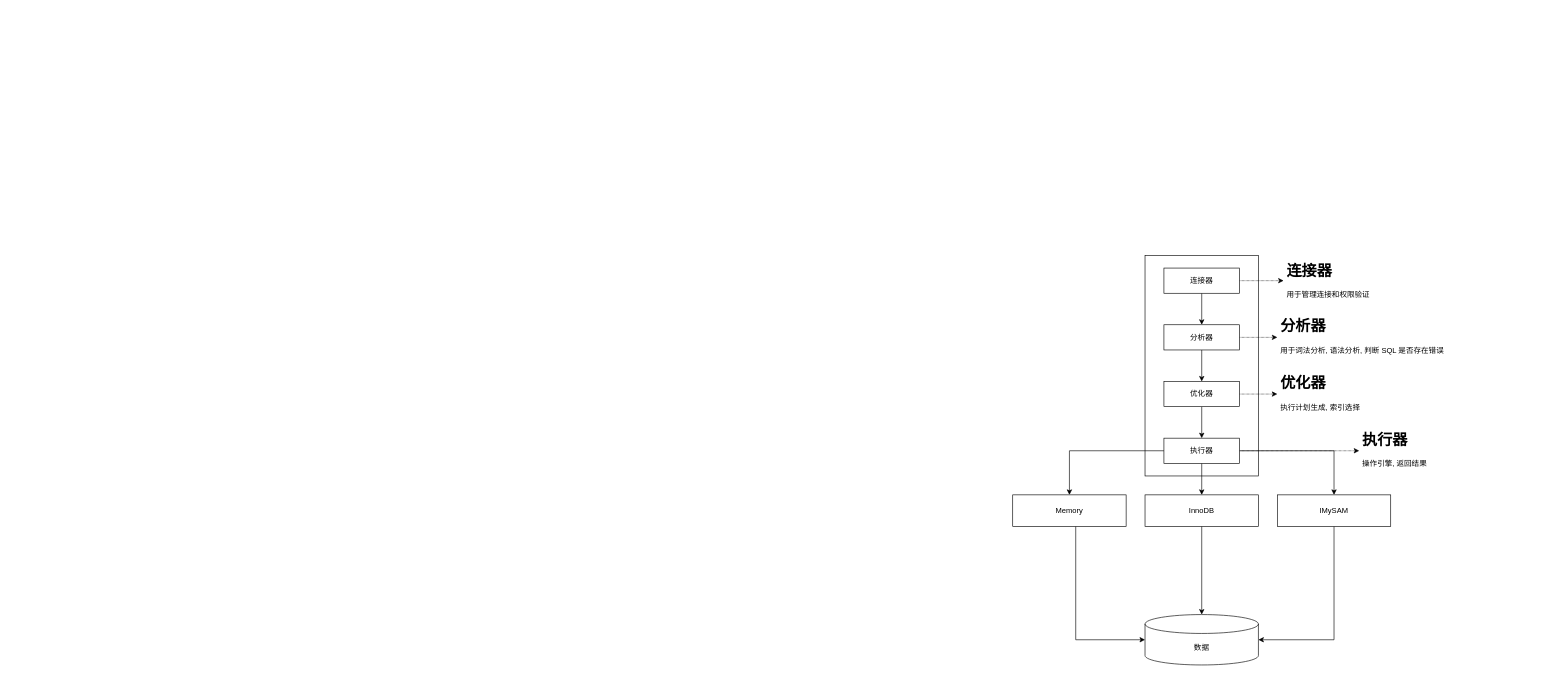
Earlier version of the draw.io diagram mysql/innodb/未命名绘图.drawio (LJiangTao/drawio). Source tidied: cells renumbered, new cells numbered last; positions are measured from the earlier drawing's top-left corner, leaving out a move shared by most shapes. Both pictures are drawn from the tidied source at 63%, with x=0, y=0 at pixel (1012, 255).
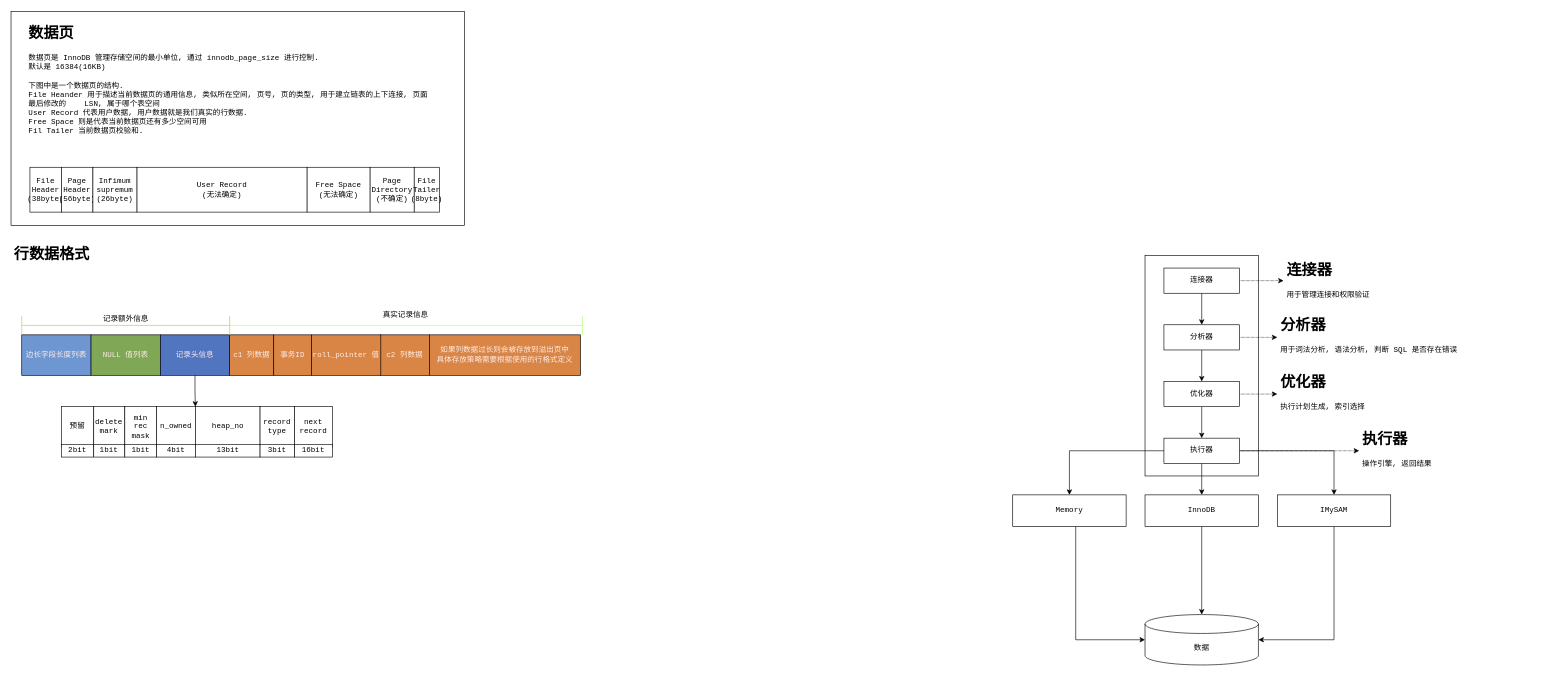
After the change.

Commit message:
增加数据页和行格式

Change to the diagram source:
```diff
@@
-    <mxCell id="2" style="rounded=0;whiteSpace=wrap;html=1;" parent="1" vertex="1">
+    <mxCell id="2" style="rounded=0;whiteSpace=wrap;html=1;fontFamily=Courier New;labelBackgroundColor=none;" parent="1" vertex="1">
       <mxGeometry x="210" width="180" height="350" as="geometry" />
     </mxCell>
-    <mxCell id="3" style="edgeStyle=orthogonalEdgeStyle;rounded=0;jettySize=auto;html=1;entryX=0.5;entryY=0;entryDx=0;entryDy=0;" parent="1" edge="1" source="5" target="8">
+    <mxCell id="3" style="edgeStyle=orthogonalEdgeStyle;rounded=0;jettySize=auto;html=1;entryX=0.5;entryY=0;entryDx=0;entryDy=0;fontFamily=Courier New;labelBackgroundColor=none;" parent="1" edge="1" source="5" target="8">
       <mxGeometry relative="1" as="geometry" />
     </mxCell>
-    <mxCell id="4" style="edgeStyle=orthogonalEdgeStyle;rounded=0;jettySize=auto;html=1;dashed=1;dashPattern=1 1;" parent="1" edge="1" source="5" target="20">
+    <mxCell id="4" style="edgeStyle=orthogonalEdgeStyle;rounded=0;jettySize=auto;html=1;dashed=1;dashPattern=1 1;fontFamily=Courier New;labelBackgroundColor=none;" parent="1" edge="1" source="5" target="20">
       <mxGeometry relative="1" as="geometry" />
     </mxCell>
-    <mxCell id="5" value="连接器" style="rounded=0;whiteSpace=wrap;html=1;" parent="1" vertex="1">
+    <mxCell id="5" value="连接器" style="rounded=0;whiteSpace=wrap;html=1;fontFamily=Courier New;labelBackgroundColor=none;" parent="1" vertex="1">
       <mxGeometry x="240" y="20" width="120" height="40" as="geometry" />
     </mxCell>
-    <mxCell id="6" style="edgeStyle=orthogonalEdgeStyle;rounded=0;jettySize=auto;html=1;entryX=0.5;entryY=0;entryDx=0;entryDy=0;" parent="1" edge="1" source="8" target="11">
+    <mxCell id="6" style="edgeStyle=orthogonalEdgeStyle;rounded=0;jettySize=auto;html=1;entryX=0.5;entryY=0;entryDx=0;entryDy=0;fontFamily=Courier New;labelBackgroundColor=none;" parent="1" edge="1" source="8" target="11">
       <mxGeometry relative="1" as="geometry" />
     </mxCell>
-    <mxCell id="7" style="edgeStyle=orthogonalEdgeStyle;rounded=0;jettySize=auto;html=1;dashed=1;dashPattern=1 1;" parent="1" edge="1" source="8" target="21">
+    <mxCell id="7" style="edgeStyle=orthogonalEdgeStyle;rounded=0;jettySize=auto;html=1;dashed=1;dashPattern=1 1;fontFamily=Courier New;labelBackgroundColor=none;" parent="1" edge="1" source="8" target="21">
       <mxGeometry relative="1" as="geometry" />
     </mxCell>
-    <mxCell id="8" value="分析器" style="rounded=0;whiteSpace=wrap;html=1;" parent="1" vertex="1">
+    <mxCell id="8" value="分析器" style="rounded=0;whiteSpace=wrap;html=1;fontFamily=Courier New;labelBackgroundColor=none;" parent="1" vertex="1">
       <mxGeometry x="240" y="110" width="120" height="40" as="geometry" />
     </mxCell>
-    <mxCell id="9" style="edgeStyle=orthogonalEdgeStyle;rounded=0;jettySize=auto;html=1;" parent="1" edge="1" source="11" target="16">
+    <mxCell id="9" style="edgeStyle=orthogonalEdgeStyle;rounded=0;jettySize=auto;html=1;fontFamily=Courier New;labelBackgroundColor=none;" parent="1" edge="1" source="11" target="16">
       <mxGeometry relative="1" as="geometry" />
     </mxCell>
-    <mxCell id="10" style="edgeStyle=orthogonalEdgeStyle;rounded=0;jettySize=auto;html=1;dashed=1;dashPattern=1 1;" parent="1" edge="1" source="11" target="22">
+    <mxCell id="10" style="edgeStyle=orthogonalEdgeStyle;rounded=0;jettySize=auto;html=1;dashed=1;dashPattern=1 1;fontFamily=Courier New;labelBackgroundColor=none;" parent="1" edge="1" source="11" target="22">
       <mxGeometry relative="1" as="geometry" />
     </mxCell>
-    <mxCell id="11" value="优化器" style="rounded=0;whiteSpace=wrap;html=1;" parent="1" vertex="1">
+    <mxCell id="11" value="优化器" style="rounded=0;whiteSpace=wrap;html=1;fontFamily=Courier New;labelBackgroundColor=none;" parent="1" vertex="1">
       <mxGeometry x="240" y="200" width="120" height="40" as="geometry" />
     </mxCell>
-    <mxCell id="12" style="edgeStyle=orthogonalEdgeStyle;rounded=0;jettySize=auto;html=1;entryX=0.5;entryY=0;entryDx=0;entryDy=0;" parent="1" edge="1" source="16" target="19">
+    <mxCell id="12" style="edgeStyle=orthogonalEdgeStyle;rounded=0;jettySize=auto;html=1;entryX=0.5;entryY=0;entryDx=0;entryDy=0;fontFamily=Courier New;labelBackgroundColor=none;" parent="1" edge="1" source="16" target="19">
       <mxGeometry relative="1" as="geometry" />
     </mxCell>
-    <mxCell id="13" style="edgeStyle=orthogonalEdgeStyle;rounded=0;jettySize=auto;html=1;" parent="1" edge="1" source="16" target="25">
+    <mxCell id="13" style="edgeStyle=orthogonalEdgeStyle;rounded=0;jettySize=auto;html=1;fontFamily=Courier New;labelBackgroundColor=none;" parent="1" edge="1" source="16" target="25">
       <mxGeometry relative="1" as="geometry" />
     </mxCell>
-    <mxCell id="14" style="edgeStyle=orthogonalEdgeStyle;rounded=0;jettySize=auto;html=1;dashed=1;dashPattern=1 1;" parent="1" edge="1" source="16" target="23">
+    <mxCell id="14" style="edgeStyle=orthogonalEdgeStyle;rounded=0;jettySize=auto;html=1;dashed=1;dashPattern=1 1;fontFamily=Courier New;labelBackgroundColor=none;" parent="1" edge="1" source="16" target="23">
       <mxGeometry relative="1" as="geometry" />
     </mxCell>
-    <mxCell id="15" style="edgeStyle=orthogonalEdgeStyle;rounded=0;jettySize=auto;html=1;entryX=0.5;entryY=0;entryDx=0;entryDy=0;" parent="1" edge="1" source="16" target="27">
+    <mxCell id="15" style="edgeStyle=orthogonalEdgeStyle;rounded=0;jettySize=auto;html=1;entryX=0.5;entryY=0;entryDx=0;entryDy=0;fontFamily=Courier New;labelBackgroundColor=none;" parent="1" edge="1" source="16" target="27">
       <mxGeometry relative="1" as="geometry" />
     </mxCell>
-    <mxCell id="16" value="执行器" style="rounded=0;whiteSpace=wrap;html=1;" parent="1" vertex="1">
+    <mxCell id="16" value="执行器" style="rounded=0;whiteSpace=wrap;html=1;fontFamily=Courier New;labelBackgroundColor=none;" parent="1" vertex="1">
       <mxGeometry x="240" y="290" width="120" height="40" as="geometry" />
     </mxCell>
-    <mxCell id="17" value="数据" style="shape=cylinder3;whiteSpace=wrap;html=1;boundedLbl=1;backgroundOutline=1;size=15;" parent="1" vertex="1">
+    <mxCell id="17" value="数据" style="shape=cylinder3;whiteSpace=wrap;html=1;boundedLbl=1;backgroundOutline=1;size=15;fontFamily=Courier New;labelBackgroundColor=none;" parent="1" vertex="1">
       <mxGeometry x="210" y="570" width="180" height="80" as="geometry" />
     </mxCell>
-    <mxCell id="18" style="edgeStyle=orthogonalEdgeStyle;rounded=0;jettySize=auto;html=1;" parent="1" edge="1" source="19" target="17">
+    <mxCell id="18" style="edgeStyle=orthogonalEdgeStyle;rounded=0;jettySize=auto;html=1;fontFamily=Courier New;labelBackgroundColor=none;" parent="1" edge="1" source="19" target="17">
       <mxGeometry relative="1" as="geometry" />
     </mxCell>
-    <mxCell id="19" value="InnoDB" style="rounded=0;whiteSpace=wrap;html=1;" parent="1" vertex="1">
+    <mxCell id="19" value="InnoDB" style="rounded=0;whiteSpace=wrap;html=1;fontFamily=Courier New;labelBackgroundColor=none;" parent="1" vertex="1">
       <mxGeometry x="210" y="380" width="180" height="50" as="geometry" />
     </mxCell>
-    <mxCell id="20" value="&lt;h1&gt;连接器&lt;/h1&gt;&lt;div&gt;&lt;span style=&quot;text-align: center;&quot;&gt;用于管理连接和权限验证&lt;/span&gt;&lt;br&gt;&lt;/div&gt;" style="text;html=1;strokeColor=none;fillColor=none;spacing=5;spacingTop=-20;whiteSpace=wrap;overflow=hidden;rounded=0;labelBackgroundColor=#FFFFFF;" parent="1" vertex="1">
+    <mxCell id="20" value="&lt;h1&gt;连接器&lt;/h1&gt;&lt;div&gt;&lt;span style=&quot;text-align: center;&quot;&gt;用于管理连接和权限验证&lt;/span&gt;&lt;br&gt;&lt;/div&gt;" style="text;html=1;strokeColor=none;fillColor=none;spacing=5;spacingTop=-20;whiteSpace=wrap;overflow=hidden;rounded=0;labelBackgroundColor=none;fontFamily=Courier New;" parent="1" vertex="1">
       <mxGeometry x="430" y="5" width="160" height="70" as="geometry" />
     </mxCell>
-    <mxCell id="21" value="&lt;h1&gt;分析器&lt;/h1&gt;&lt;div&gt;&lt;span style=&quot;text-align: center;&quot;&gt;用于词法分析, 语法分析, 判断 SQL 是否存在错误&lt;/span&gt;&lt;br&gt;&lt;/div&gt;" style="text;html=1;strokeColor=none;fillColor=none;spacing=5;spacingTop=-20;whiteSpace=wrap;overflow=hidden;rounded=0;labelBackgroundColor=#FFFFFF;" parent="1" vertex="1">
+    <mxCell id="21" value="&lt;h1&gt;分析器&lt;/h1&gt;&lt;div&gt;&lt;span style=&quot;text-align: center;&quot;&gt;用于词法分析, 语法分析, 判断 SQL 是否存在错误&lt;/span&gt;&lt;br&gt;&lt;/div&gt;" style="text;html=1;strokeColor=none;fillColor=none;spacing=5;spacingTop=-20;whiteSpace=wrap;overflow=hidden;rounded=0;labelBackgroundColor=none;fontFamily=Courier New;" parent="1" vertex="1">
       <mxGeometry x="420" y="92.5" width="290" height="75" as="geometry" />
     </mxCell>
-    <mxCell id="22" value="&lt;h1&gt;优化器&lt;/h1&gt;&lt;div style=&quot;text-align: center;&quot;&gt;执行计划生成, 索引选择&lt;/div&gt;" style="text;html=1;strokeColor=none;fillColor=none;spacing=5;spacingTop=-20;whiteSpace=wrap;overflow=hidden;rounded=0;labelBackgroundColor=#FFFFFF;" parent="1" vertex="1">
+    <mxCell id="22" value="&lt;h1&gt;优化器&lt;/h1&gt;&lt;div style=&quot;text-align: center;&quot;&gt;执行计划生成, 索引选择&lt;/div&gt;" style="text;html=1;strokeColor=none;fillColor=none;spacing=5;spacingTop=-20;whiteSpace=wrap;overflow=hidden;rounded=0;labelBackgroundColor=none;fontFamily=Courier New;" parent="1" vertex="1">
       <mxGeometry x="420" y="182.5" width="290" height="75" as="geometry" />
     </mxCell>
-    <mxCell id="23" value="&lt;h1&gt;执行器&lt;/h1&gt;&lt;div style=&quot;text-align: center;&quot;&gt;操作引擎, 返回结果&lt;/div&gt;" style="text;html=1;strokeColor=none;fillColor=none;spacing=5;spacingTop=-20;whiteSpace=wrap;overflow=hidden;rounded=0;labelBackgroundColor=#FFFFFF;" parent="1" vertex="1">
+    <mxCell id="23" value="&lt;h1&gt;执行器&lt;/h1&gt;&lt;div style=&quot;text-align: center;&quot;&gt;操作引擎, 返回结果&lt;/div&gt;" style="text;html=1;strokeColor=none;fillColor=none;spacing=5;spacingTop=-20;whiteSpace=wrap;overflow=hidden;rounded=0;labelBackgroundColor=none;fontFamily=Courier New;" parent="1" vertex="1">
       <mxGeometry x="550" y="272.5" width="290" height="75" as="geometry" />
     </mxCell>
-    <mxCell id="24" style="edgeStyle=orthogonalEdgeStyle;rounded=0;jettySize=auto;html=1;" parent="1" edge="1" source="25" target="17">
+    <mxCell id="24" style="edgeStyle=orthogonalEdgeStyle;rounded=0;jettySize=auto;html=1;fontFamily=Courier New;labelBackgroundColor=none;" parent="1" edge="1" source="25" target="17">
       <mxGeometry relative="1" as="geometry">
         <Array as="points">
           <mxPoint x="100" y="610" />
         </Array>
       </mxGeometry>
     </mxCell>
-    <mxCell id="25" value="Memory" style="rounded=0;whiteSpace=wrap;html=1;" parent="1" vertex="1">
+    <mxCell id="25" value="Memory" style="rounded=0;whiteSpace=wrap;html=1;fontFamily=Courier New;labelBackgroundColor=none;" parent="1" vertex="1">
       <mxGeometry y="380" width="180" height="50" as="geometry" />
     </mxCell>
-    <mxCell id="26" style="edgeStyle=orthogonalEdgeStyle;rounded=0;jettySize=auto;html=1;" parent="1" edge="1" source="27" target="17">
+    <mxCell id="26" style="edgeStyle=orthogonalEdgeStyle;rounded=0;jettySize=auto;html=1;fontFamily=Courier New;labelBackgroundColor=none;" parent="1" edge="1" source="27" target="17">
       <mxGeometry relative="1" as="geometry">
         <Array as="points">
           <mxPoint x="510" y="610" />
         </Array>
       </mxGeometry>
     </mxCell>
-    <mxCell id="27" value="IMySAM" style="rounded=0;whiteSpace=wrap;html=1;" parent="1" vertex="1">
+    <mxCell id="27" value="IMySAM" style="rounded=0;whiteSpace=wrap;html=1;fontFamily=Courier New;labelBackgroundColor=none;" parent="1" vertex="1">
       <mxGeometry x="420" y="380" width="180" height="50" as="geometry" />
     </mxCell>
+    <mxCell id="28" style="group;fontFamily=Courier New;labelBackgroundColor=none;" parent="1" vertex="1">
+      <mxGeometry x="-1590" y="-387.5" width="1260" height="340" as="geometry" />
+    </mxCell>
+    <mxCell id="29" style="rounded=0;whiteSpace=wrap;html=1;labelBackgroundColor=none;fontFamily=Courier New;" parent="28" vertex="1">
+      <mxGeometry width="720" height="340" as="geometry" />
+    </mxCell>
+    <mxCell id="30" value="&lt;h1&gt;数据页&lt;/h1&gt;&lt;div&gt;数据页是 InnoDB 管理存储空间的最小单位, 通过 innodb_page_size 进行控制.&amp;nbsp;&lt;/div&gt;&lt;div&gt;默认是 16384(16KB)&lt;/div&gt;&lt;div&gt;&lt;br&gt;&lt;/div&gt;&lt;div&gt;下图中是一个数据页的结构.&lt;/div&gt;&lt;div&gt;File Heander 用于描述当前数据页的通用信息, 类似所在空间, 页号, 页的类型, 用于建立链表的上下连接, 页面最后修改的 &lt;span style=&quot;white-space: pre;&quot;&gt; &lt;/span&gt;&lt;span style=&quot;white-space: pre;&quot;&gt; &lt;/span&gt;&lt;span style=&quot;white-space: pre;&quot;&gt; &lt;/span&gt;LSN, 属于哪个表空间&lt;/div&gt;&lt;div&gt;User Record 代表用户数据, 用户数据就是我们真实的行数据.&lt;/div&gt;&lt;div&gt;Free Space 则是代表当前数据页还有多少空间可用&lt;/div&gt;&lt;div&gt;Fil Tailer 当前数据页校验和.&lt;/div&gt;&lt;div&gt;&lt;br&gt;&lt;/div&gt;" style="text;html=1;strokeColor=none;fillColor=none;spacing=5;spacingTop=-20;whiteSpace=wrap;overflow=hidden;rounded=0;labelBackgroundColor=none;fontFamily=Courier New;" parent="28" vertex="1">
+      <mxGeometry x="22.5" y="17.7" width="647.5" height="202.3" as="geometry" />
+    </mxCell>
+    <mxCell id="31" style="group;fontFamily=Courier New;labelBackgroundColor=none;" parent="28" vertex="1">
+      <mxGeometry x="30" y="247.5" width="650" height="71.2" as="geometry" />
+    </mxCell>
+    <mxCell id="32" value="File&lt;br&gt;Header&lt;br&gt;(38byte)" style="rounded=0;whiteSpace=wrap;html=1;labelBackgroundColor=none;fontFamily=Courier New;" parent="31" vertex="1">
+      <mxGeometry width="50" height="71.2" as="geometry" />
+    </mxCell>
+    <mxCell id="33" value="Page&lt;br&gt;Header&lt;br&gt;(56byte)" style="rounded=0;whiteSpace=wrap;html=1;labelBackgroundColor=none;fontFamily=Courier New;" parent="31" vertex="1">
+      <mxGeometry x="50" width="50" height="71.2" as="geometry" />
+    </mxCell>
+    <mxCell id="34" value="Infimum&lt;br&gt;supremum&lt;br&gt;(26byte)" style="rounded=0;whiteSpace=wrap;html=1;labelBackgroundColor=none;fontFamily=Courier New;" parent="31" vertex="1">
+      <mxGeometry x="100" width="70" height="71.2" as="geometry" />
+    </mxCell>
+    <mxCell id="35" value="User Record&lt;br&gt;(无法确定)" style="rounded=0;whiteSpace=wrap;html=1;labelBackgroundColor=none;fontFamily=Courier New;" parent="31" vertex="1">
+      <mxGeometry x="170" width="270" height="71.2" as="geometry" />
+    </mxCell>
+    <mxCell id="36" value="Free Space&lt;br&gt;(无法确定)" style="rounded=0;whiteSpace=wrap;html=1;labelBackgroundColor=none;fontFamily=Courier New;" parent="31" vertex="1">
+      <mxGeometry x="440" width="100" height="71.2" as="geometry" />
+    </mxCell>
+    <mxCell id="37" value="Page&lt;br&gt;Directory&lt;br&gt;(不确定)" style="rounded=0;whiteSpace=wrap;html=1;labelBackgroundColor=none;fontFamily=Courier New;" parent="31" vertex="1">
+      <mxGeometry x="540" width="70" height="71.2" as="geometry" />
+    </mxCell>
+    <mxCell id="38" value="File&lt;br&gt;Tailer&lt;br&gt;(8byte)" style="rounded=0;whiteSpace=wrap;html=1;labelBackgroundColor=none;fontFamily=Courier New;" parent="31" vertex="1">
+      <mxGeometry x="610" width="40" height="71.2" as="geometry" />
+    </mxCell>
+    <mxCell id="39" style="group;" parent="1" vertex="1">
+      <mxGeometry x="-1590" y="-20" width="950" height="380" as="geometry" />
+    </mxCell>
+    <mxCell id="40" value="&lt;h1&gt;行数据格式&lt;/h1&gt;" style="text;html=1;strokeColor=none;fillColor=default;spacing=5;spacingTop=-20;whiteSpace=wrap;overflow=hidden;rounded=0;labelBackgroundColor=none;fontFamily=Courier New;fontColor=#000000;" parent="39" vertex="1">
+      <mxGeometry width="950" height="380" as="geometry" />
+    </mxCell>
+    <mxCell id="41" style="group;" parent="39" vertex="1">
+      <mxGeometry x="17" y="100" width="890" height="240" as="geometry" />
+    </mxCell>
+    <mxCell id="42" style="group;" parent="41" vertex="1">
+      <mxGeometry width="890" height="110.3" as="geometry" />
+    </mxCell>
+    <mxCell id="43" value="边长字段长度列表" style="rounded=0;whiteSpace=wrap;html=1;labelBackgroundColor=none;fillColor=#6e97d1;fontFamily=Courier New;fontColor=#FFECE6;" parent="42" vertex="1">
+      <mxGeometry y="46" width="110" height="64.3" as="geometry" />
+    </mxCell>
+    <mxCell id="44" value="NULL 值列表" style="rounded=0;whiteSpace=wrap;html=1;labelBackgroundColor=none;fontFamily=Courier New;fillColor=#7fa756;fontColor=#FFECE6;" parent="42" vertex="1">
+      <mxGeometry x="110" y="46" width="110" height="64.3" as="geometry" />
+    </mxCell>
+    <mxCell id="45" value="记录头信息" style="rounded=0;whiteSpace=wrap;html=1;labelBackgroundColor=none;fontFamily=Courier New;fillColor=#5275c0;fontColor=#FFECE6;" parent="42" vertex="1">
+      <mxGeometry x="220" y="46" width="110" height="64.3" as="geometry" />
+    </mxCell>
+    <mxCell id="46" value="c1 列数据" style="rounded=0;whiteSpace=wrap;html=1;labelBackgroundColor=none;fontFamily=Courier New;fillColor=#d88546;fontColor=#FFECE6;" parent="42" vertex="1">
+      <mxGeometry x="330" y="46" width="70" height="64.3" as="geometry" />
+    </mxCell>
+    <mxCell id="47" value="c2 列数据" style="rounded=0;whiteSpace=wrap;html=1;labelBackgroundColor=none;fontFamily=Courier New;fillColor=#D88546;fontColor=#FFECE6;" parent="42" vertex="1">
+      <mxGeometry x="569" y="46" width="78" height="64.3" as="geometry" />
+    </mxCell>
+    <mxCell id="48" value="事务ID" style="rounded=0;whiteSpace=wrap;html=1;labelBackgroundColor=none;fontFamily=Courier New;fillColor=#D88546;fontColor=#FFECE6;" parent="42" vertex="1">
+      <mxGeometry x="400" y="46" width="60" height="64.3" as="geometry" />
+    </mxCell>
+    <mxCell id="49" value="roll_pointer 值" style="rounded=0;whiteSpace=wrap;html=1;labelBackgroundColor=none;fontFamily=Courier New;fillColor=#D88546;fontColor=#FFECE6;" parent="42" vertex="1">
+      <mxGeometry x="460" y="46" width="110" height="64.3" as="geometry" />
+    </mxCell>
+    <mxCell id="50" value="如果列数据过长则会被存放到溢出页中&lt;br&gt;具体存放策略需要根据使用的行格式定义" style="rounded=0;whiteSpace=wrap;html=1;labelBackgroundColor=none;fontFamily=Courier New;fillColor=#D88546;fontColor=#FFECE6;" parent="42" vertex="1">
+      <mxGeometry x="647" y="46" width="240" height="64.3" as="geometry" />
+    </mxCell>
+    <mxCell id="51" value="记录额外信息" style="text;html=1;align=center;verticalAlign=middle;whiteSpace=wrap;rounded=0;labelBackgroundColor=none;fontFamily=Courier New;" parent="42" vertex="1">
+      <mxGeometry x="127.5" y="6" width="75" height="30" as="geometry" />
+    </mxCell>
+    <mxCell id="52" style="shape=crossbar;whiteSpace=wrap;html=1;rounded=1;labelBackgroundColor=none;fillColor=#fff2cc;strokeColor=#d6b656;fontFamily=Courier New;" parent="42" vertex="1">
+      <mxGeometry y="16" width="330" height="30" as="geometry" />
+    </mxCell>
+    <mxCell id="53" style="shape=crossbar;whiteSpace=wrap;html=1;rounded=1;labelBackgroundColor=none;fillColor=#fff2cc;strokeColor=#B3FF66;fontFamily=Courier New;" parent="42" vertex="1">
+      <mxGeometry x="330" y="16" width="560" height="30" as="geometry" />
+    </mxCell>
+    <mxCell id="54" value="真实记录信息" style="text;html=1;align=center;verticalAlign=middle;whiteSpace=wrap;rounded=0;labelBackgroundColor=none;fontFamily=Courier New;" parent="42" vertex="1">
+      <mxGeometry x="572" width="75" height="30" as="geometry" />
+    </mxCell>
+    <mxCell id="55" style="edgeStyle=orthogonalEdgeStyle;rounded=0;jettySize=auto;html=1;labelBackgroundColor=none;fontFamily=Courier New;fontColor=#FFECE6;entryX=1;entryY=0;entryDx=0;entryDy=0;" parent="41" edge="1" source="45" target="60">
+      <mxGeometry relative="1" as="geometry" />
+    </mxCell>
+    <mxCell id="56" style="group;" parent="41" vertex="1">
+      <mxGeometry x="63" y="160" width="430" height="80" as="geometry" />
+    </mxCell>
+    <mxCell id="57" value="delete&lt;br&gt;mark" style="rounded=0;whiteSpace=wrap;html=1;labelBackgroundColor=none;fontFamily=Courier New;" parent="56" vertex="1">
+      <mxGeometry x="51.3" width="49.3" height="64.3" as="geometry" />
+    </mxCell>
+    <mxCell id="58" value="min rec&lt;br&gt;mask" style="rounded=0;whiteSpace=wrap;html=1;labelBackgroundColor=none;fontFamily=Courier New;" parent="56" vertex="1">
+      <mxGeometry x="100.6" width="50.3" height="64.3" as="geometry" />
+    </mxCell>
+    <mxCell id="59" value="预留" style="rounded=0;whiteSpace=wrap;html=1;labelBackgroundColor=none;fontFamily=Courier New;" parent="56" vertex="1">
+      <mxGeometry width="50.8" height="64.3" as="geometry" />
+    </mxCell>
+    <mxCell id="60" value="n_owned" style="rounded=0;whiteSpace=wrap;html=1;labelBackgroundColor=none;fontFamily=Courier New;" parent="56" vertex="1">
+      <mxGeometry x="151" width="61.6" height="64.3" as="geometry" />
+    </mxCell>
+    <mxCell id="61" value="heap_no" style="rounded=0;whiteSpace=wrap;html=1;labelBackgroundColor=none;fontFamily=Courier New;" parent="56" vertex="1">
+      <mxGeometry x="212.6" width="102.7" height="64.3" as="geometry" />
+    </mxCell>
+    <mxCell id="62" value="record&lt;br&gt;type" style="rounded=0;whiteSpace=wrap;html=1;labelBackgroundColor=none;fontFamily=Courier New;" parent="56" vertex="1">
+      <mxGeometry x="315.3" width="54.7" height="64.3" as="geometry" />
+    </mxCell>
+    <mxCell id="63" value="next&lt;br&gt;record" style="rounded=0;whiteSpace=wrap;html=1;labelBackgroundColor=none;fontFamily=Courier New;" parent="56" vertex="1">
+      <mxGeometry x="370" width="60" height="64.3" as="geometry" />
+    </mxCell>
+    <mxCell id="64" value="1bit" style="rounded=0;whiteSpace=wrap;html=1;labelBackgroundColor=none;fontFamily=Courier New;" parent="56" vertex="1">
+      <mxGeometry x="51.3" y="60" width="49.3" height="20" as="geometry" />
+    </mxCell>
+    <mxCell id="65" value="1bit" style="rounded=0;whiteSpace=wrap;html=1;labelBackgroundColor=none;fontFamily=Courier New;" parent="56" vertex="1">
+      <mxGeometry x="100.6" y="60" width="50.3" height="20" as="geometry" />
+    </mxCell>
+    <mxCell id="66" value="2bit" style="rounded=0;whiteSpace=wrap;html=1;labelBackgroundColor=none;fontFamily=Courier New;" parent="56" vertex="1">
+      <mxGeometry y="60" width="50.8" height="20" as="geometry" />
+    </mxCell>
+    <mxCell id="67" value="4bit" style="rounded=0;whiteSpace=wrap;html=1;labelBackgroundColor=none;fontFamily=Courier New;" parent="56" vertex="1">
+      <mxGeometry x="151" y="60" width="61.6" height="20" as="geometry" />
+    </mxCell>
+    <mxCell id="68" value="13bit" style="rounded=0;whiteSpace=wrap;html=1;labelBackgroundColor=none;fontFamily=Courier New;" parent="56" vertex="1">
+      <mxGeometry x="212.6" y="60" width="102.7" height="20" as="geometry" />
+    </mxCell>
+    <mxCell id="69" value="3bit" style="rounded=0;whiteSpace=wrap;html=1;labelBackgroundColor=none;fontFamily=Courier New;" parent="56" vertex="1">
+      <mxGeometry x="315.3" y="60" width="54.7" height="20" as="geometry" />
+    </mxCell>
+    <mxCell id="70" value="16bit" style="rounded=0;whiteSpace=wrap;html=1;labelBackgroundColor=none;fontFamily=Courier New;" parent="56" vertex="1">
+      <mxGeometry x="370" y="60" width="60" height="20" as="geometry" />
+    </mxCell>
```
